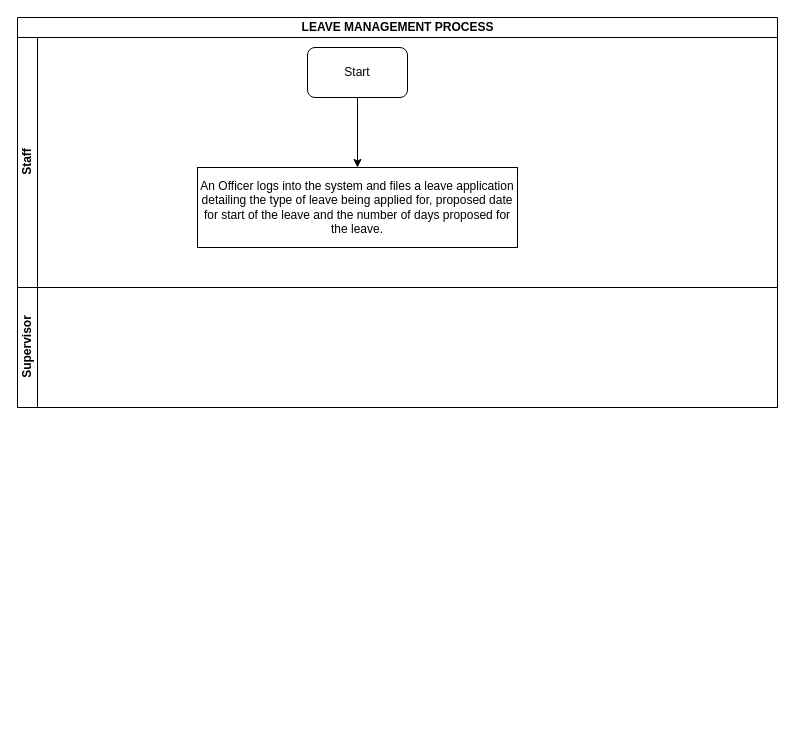
The draw.io diagram KEFRI-HR-LEAVE MANAGEMENT PROCESS.drawio in kmagua/flowcharts, before the edit. Source tidied: cells renumbered, new cells numbered last; positions are measured from the earlier drawing's top-left corner, leaving out a move shared by most shapes. Both pictures are drawn from the tidied source at 100%, with x=0, y=0 at pixel (17, 17).
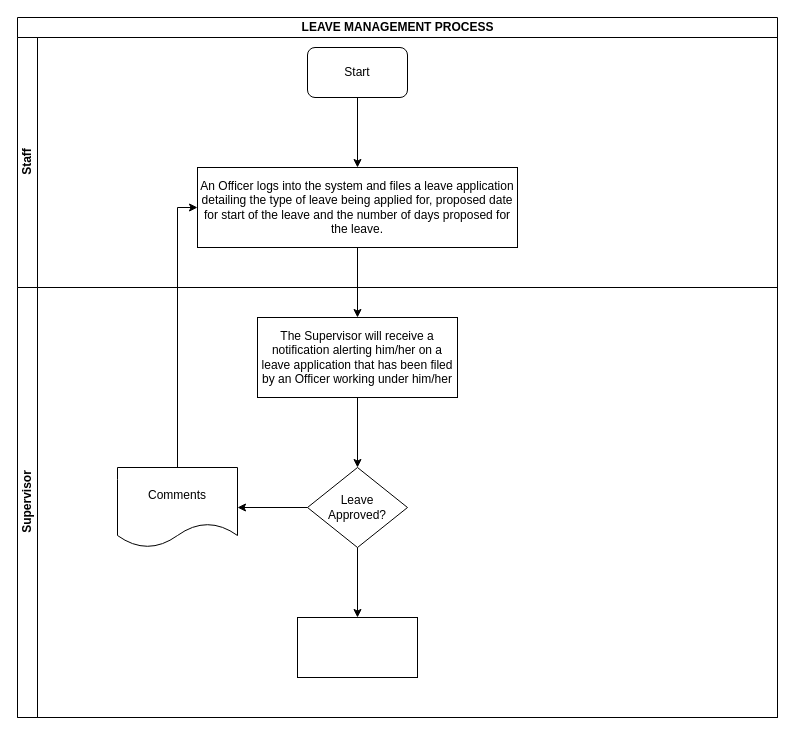
The same diagram, later.

What changed in the source:
```diff
@@
 <mxGraphModel>
   <root>
     <mxCell id="0" />
     <mxCell id="1" parent="0" />
     <mxCell id="2" value="LEAVE MANAGEMENT PROCESS" style="swimlane;html=1;horizontal=1;startSize=20;" parent="1" vertex="1">
-      <mxGeometry width="760" height="390" as="geometry" />
+      <mxGeometry width="760" height="700" as="geometry" />
     </mxCell>
     <mxCell id="3" value="Staff" style="swimlane;html=1;startSize=20;horizontal=0;" parent="2" vertex="1">
       <mxGeometry y="20" width="760" height="250" as="geometry" />
     </mxCell>
     <mxCell id="4" value="Start" style="rounded=1;whiteSpace=wrap;html=1;" parent="3" vertex="1">
       <mxGeometry x="290" y="10" width="100" height="50" as="geometry" />
     </mxCell>
     <mxCell id="5" value="An Officer logs into the system and files a leave application detailing the type of leave being applied for, proposed date for start of the leave and the number of days proposed for the leave." style="rounded=0;whiteSpace=wrap;html=1;" parent="3" vertex="1">
       <mxGeometry x="180" y="130" width="320" height="80" as="geometry" />
     </mxCell>
     <mxCell id="6" style="edgeStyle=orthogonalEdgeStyle;rounded=0;jettySize=auto;html=1;" parent="3" edge="1" source="4" target="5">
       <mxGeometry relative="1" as="geometry" />
     </mxCell>
     <mxCell id="7" value="Supervisor" style="swimlane;html=1;startSize=20;horizontal=0;" parent="2" vertex="1">
-      <mxGeometry y="270" width="760" height="120" as="geometry" />
+      <mxGeometry y="270" width="760" height="430" as="geometry" />
     </mxCell>
+    <mxCell id="8" value="The Supervisor will receive a notification alerting him/her on a leave application that has been filed by an Officer working under him/her" style="whiteSpace=wrap;html=1;rounded=0;" parent="7" vertex="1">
+      <mxGeometry x="240" y="30" width="200" height="80" as="geometry" />
+    </mxCell>
+    <mxCell id="9" value="&lt;div&gt;Leave&lt;/div&gt;&lt;div&gt;Approved?&lt;br&gt;&lt;/div&gt;" style="rhombus;whiteSpace=wrap;html=1;rounded=0;" parent="7" vertex="1">
+      <mxGeometry x="290" y="180" width="100" height="80" as="geometry" />
+    </mxCell>
+    <mxCell id="10" style="edgeStyle=orthogonalEdgeStyle;rounded=0;jettySize=auto;html=1;" parent="7" edge="1" source="8" target="9">
+      <mxGeometry relative="1" as="geometry" />
+    </mxCell>
+    <mxCell id="11" style="whiteSpace=wrap;html=1;rounded=0;" parent="7" vertex="1">
+      <mxGeometry x="280" y="330" width="120" height="60" as="geometry" />
+    </mxCell>
+    <mxCell id="12" style="edgeStyle=orthogonalEdgeStyle;rounded=0;jettySize=auto;html=1;" parent="7" edge="1" source="9" target="11">
+      <mxGeometry relative="1" as="geometry" />
+    </mxCell>
+    <mxCell id="13" style="edgeStyle=orthogonalEdgeStyle;rounded=0;jettySize=auto;html=1;" parent="2" edge="1" source="5" target="8">
+      <mxGeometry relative="1" as="geometry" />
+    </mxCell>
+    <mxCell id="14" style="edgeStyle=orthogonalEdgeStyle;rounded=0;jettySize=auto;html=1;entryX=0;entryY=0.5;entryDx=0;entryDy=0;" parent="1" edge="1" source="15" target="5">
+      <mxGeometry relative="1" as="geometry" />
+    </mxCell>
+    <mxCell id="15" value="Comments" style="shape=document;whiteSpace=wrap;html=1;boundedLbl=1;rounded=0;" parent="1" vertex="1">
+      <mxGeometry x="100" y="450" width="120" height="80" as="geometry" />
+    </mxCell>
+    <mxCell id="16" style="edgeStyle=orthogonalEdgeStyle;rounded=0;jettySize=auto;html=1;" parent="1" edge="1" source="9" target="15">
+      <mxGeometry relative="1" as="geometry" />
+    </mxCell>
   </root>
 </mxGraphModel>
```
